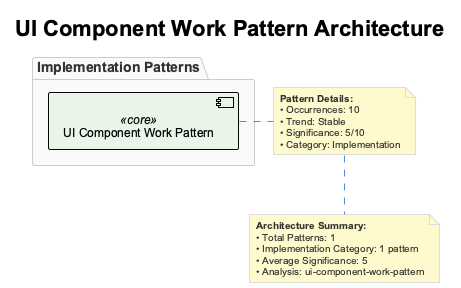
fwornle/coding keeps this PlantUML diagram as knowledge-management/insights/images/ui-component-work-pattern-architecture.png. Above is the earlier version.
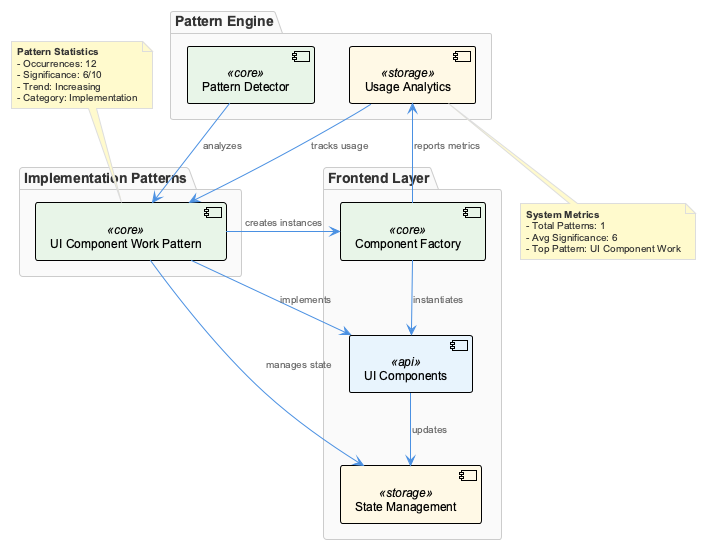
After the commit.

What changed in the source:
```diff
@@ -1,26 +1,45 @@
 @startuml
 !include /Users/q284340/Agentic/coding/docs/puml/_standard-style.puml
-
-title UI Component Work Pattern Architecture
 
 package "Implementation Patterns" {
   component "UI Component Work Pattern" as uiPattern <<core>>
 }
 
-note right of uiPattern
-  **Pattern Details:**
-  • Occurrences: 10
-  • Trend: Stable
-  • Significance: 5/10
-  • Category: Implementation
+package "Frontend Layer" {
+  component "UI Components" as uiComp <<api>>
+  component "Component Factory" as factory <<core>>
+  component "State Management" as state <<storage>>
+}
+
+package "Pattern Engine" {
+  component "Pattern Detector" as detector <<core>>
+  component "Usage Analytics" as analytics <<storage>>
+}
+
+uiPattern --> uiComp : "implements"
+uiPattern --> factory : "creates instances"
+uiPattern --> state : "manages state"
+
+detector --> uiPattern : "analyzes"
+analytics --> uiPattern : "tracks usage"
+factory --> analytics : "reports metrics"
+
+uiComp --> state : "updates"
+factory --> uiComp : "instantiates"
+
+note top of uiPattern
+  **Pattern Statistics**
+  - Occurrences: 12
+  - Significance: 6/10
+  - Trend: Increasing
+  - Category: Implementation
 end note
 
-note bottom
-  **Architecture Summary:**
-  • Total Patterns: 1
-  • Implementation Category: 1 pattern
-  • Average Significance: 5
-  • Analysis: ui-component-work-pattern
+note bottom of analytics
+  **System Metrics**
+  - Total Patterns: 1
+  - Avg Significance: 6
+  - Top Pattern: UI Component Work
 end note
 
 @enduml
```
